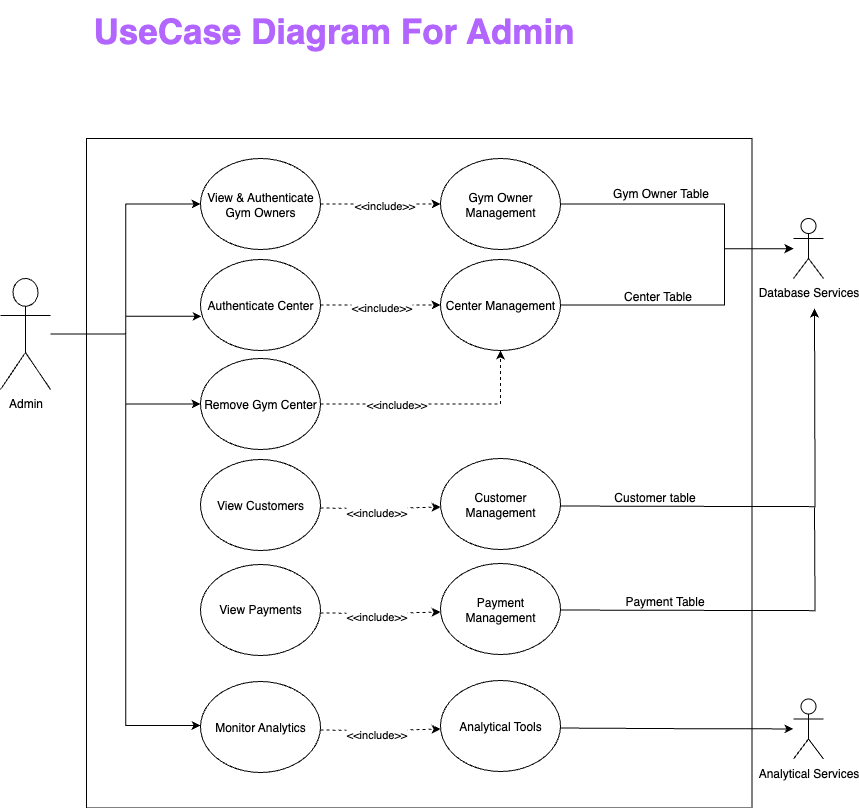
This is UML-Artefacts/UseCaseDiagrams/Flipfit-Admin.png from ishikajha04/JEDI-FLIPFIT-DEVELOPMENT-F, a draw.io export, as it was before one commit. Source tidied: cells renumbered, new cells last; positions are measured from the earlier drawing's top-left corner, leaving out a move shared by most shapes. Its diagram source:
```xml
<mxGraphModel>
  <root>
    <mxCell id="0" />
    <mxCell id="1" parent="0" />
    <mxCell id="2" style="edgeStyle=orthogonalEdgeStyle;rounded=0;jettySize=auto;html=1;entryX=0;entryY=0.5;entryDx=0;entryDy=0;" parent="1" edge="1" source="5" target="8">
      <mxGeometry relative="1" as="geometry" />
    </mxCell>
    <mxCell id="3" style="edgeStyle=orthogonalEdgeStyle;rounded=0;jettySize=auto;html=1;entryX=0;entryY=0.5;entryDx=0;entryDy=0;" parent="1" edge="1" source="5" target="12">
      <mxGeometry relative="1" as="geometry">
        <Array as="points">
          <mxPoint x="125" y="334" />
          <mxPoint x="125" y="404" />
        </Array>
      </mxGeometry>
    </mxCell>
    <mxCell id="4" style="edgeStyle=orthogonalEdgeStyle;rounded=0;jettySize=auto;html=1;entryX=0;entryY=0.5;entryDx=0;entryDy=0;" parent="1" edge="1" source="5" target="15">
      <mxGeometry relative="1" as="geometry">
        <Array as="points">
          <mxPoint x="125" y="334" />
          <mxPoint x="125" y="725" />
        </Array>
      </mxGeometry>
    </mxCell>
    <mxCell id="5" value="Admin" style="shape=umlActor;verticalLabelPosition=bottom;verticalAlign=top;html=1;outlineConnect=0;" parent="1" vertex="1">
      <mxGeometry y="278" width="50" height="111" as="geometry" />
    </mxCell>
    <mxCell id="6" style="edgeStyle=orthogonalEdgeStyle;rounded=0;jettySize=auto;html=1;dashed=1;" parent="1" edge="1" source="8" target="19">
      <mxGeometry relative="1" as="geometry" />
    </mxCell>
    <mxCell id="7" value="&amp;lt;&amp;lt;include&amp;gt;&amp;gt;" style="edgeLabel;html=1;align=center;verticalAlign=middle;" parent="6" vertex="1">
      <mxGeometry x="0.04" relative="1" as="geometry" />
    </mxCell>
    <mxCell id="8" value="View &amp;amp; Authenticate&lt;br&gt;Gym Owners" style="ellipse;whiteSpace=wrap;html=1;" parent="1" vertex="1">
      <mxGeometry x="200" y="158" width="120" height="91" as="geometry" />
    </mxCell>
    <mxCell id="9" value="Authenticate Center" style="ellipse;whiteSpace=wrap;html=1;" parent="1" vertex="1">
      <mxGeometry x="200" y="259" width="120" height="91" as="geometry" />
    </mxCell>
    <mxCell id="10" style="edgeStyle=orthogonalEdgeStyle;rounded=0;jettySize=auto;html=1;dashed=1;" parent="1" edge="1" source="12" target="21">
      <mxGeometry relative="1" as="geometry" />
    </mxCell>
    <mxCell id="11" value="&amp;lt;&amp;lt;include&amp;gt;&amp;gt;" style="edgeLabel;html=1;align=center;verticalAlign=middle;" parent="10" vertex="1">
      <mxGeometry x="-0.36" y="2" relative="1" as="geometry">
        <mxPoint y="1" as="offset" />
      </mxGeometry>
    </mxCell>
    <mxCell id="12" value="Remove Gym Center" style="ellipse;whiteSpace=wrap;html=1;" parent="1" vertex="1">
      <mxGeometry x="200" y="358" width="120" height="91" as="geometry" />
    </mxCell>
    <mxCell id="13" style="edgeStyle=orthogonalEdgeStyle;rounded=0;orthogonalLoop=1;jettySize=auto;html=1;entryX=0;entryY=0.5;entryDx=0;entryDy=0;dashed=1;" parent="1" edge="1">
      <mxGeometry relative="1" as="geometry">
        <mxPoint x="320" y="729.5" as="sourcePoint" />
        <mxPoint x="440" y="728.5" as="targetPoint" />
      </mxGeometry>
    </mxCell>
    <mxCell id="14" value="&amp;lt;&amp;lt;include&amp;gt;&amp;gt;" style="edgeLabel;html=1;align=center;verticalAlign=middle;" parent="13" vertex="1">
      <mxGeometry x="-0.11" y="-1" relative="1" as="geometry">
        <mxPoint y="1" as="offset" />
      </mxGeometry>
    </mxCell>
    <mxCell id="15" value="Monitor Analytics" style="ellipse;whiteSpace=wrap;html=1;" parent="1" vertex="1">
      <mxGeometry x="200" y="681" width="120" height="91" as="geometry" />
    </mxCell>
    <mxCell id="16" style="edgeStyle=orthogonalEdgeStyle;rounded=0;jettySize=auto;html=1;entryX=0.008;entryY=0.625;entryDx=0;entryDy=0;entryPerimeter=0;" parent="1" edge="1" source="5" target="9">
      <mxGeometry relative="1" as="geometry" />
    </mxCell>
    <mxCell id="17" style="rounded=0;whiteSpace=wrap;html=1;shadow=0;fillColor=none;" parent="1" vertex="1">
      <mxGeometry x="86" y="138" width="665.5" height="669.5" as="geometry" />
    </mxCell>
    <mxCell id="18" style="edgeStyle=orthogonalEdgeStyle;rounded=0;jettySize=auto;html=1;" parent="1" edge="1" source="19" target="26">
      <mxGeometry relative="1" as="geometry">
        <Array as="points">
          <mxPoint x="724" y="204" />
          <mxPoint x="724" y="248" />
        </Array>
      </mxGeometry>
    </mxCell>
    <mxCell id="19" value="Gym Owner Management" style="ellipse;whiteSpace=wrap;html=1;" parent="1" vertex="1">
      <mxGeometry x="440" y="158" width="120" height="91" as="geometry" />
    </mxCell>
    <mxCell id="20" style="edgeStyle=orthogonalEdgeStyle;rounded=0;jettySize=auto;html=1;" parent="1" edge="1" source="21" target="26">
      <mxGeometry relative="1" as="geometry">
        <Array as="points">
          <mxPoint x="724" y="305" />
          <mxPoint x="724" y="248" />
        </Array>
      </mxGeometry>
    </mxCell>
    <mxCell id="21" value="Center Management" style="ellipse;whiteSpace=wrap;html=1;" parent="1" vertex="1">
      <mxGeometry x="440" y="259" width="120" height="91" as="geometry" />
    </mxCell>
    <mxCell id="22" style="edgeStyle=orthogonalEdgeStyle;rounded=0;jettySize=auto;html=1;" parent="1" edge="1" target="27">
      <mxGeometry relative="1" as="geometry">
        <mxPoint x="560" y="727.5" as="sourcePoint" />
      </mxGeometry>
    </mxCell>
    <mxCell id="23" value="Analytical Tools" style="ellipse;whiteSpace=wrap;html=1;" parent="1" vertex="1">
      <mxGeometry x="440" y="680" width="120" height="91" as="geometry" />
    </mxCell>
    <mxCell id="24" style="edgeStyle=orthogonalEdgeStyle;rounded=0;orthogonalLoop=1;jettySize=auto;html=1;entryX=0;entryY=0.5;entryDx=0;entryDy=0;dashed=1;" parent="1" edge="1">
      <mxGeometry relative="1" as="geometry">
        <mxPoint x="320" y="304.5" as="sourcePoint" />
        <mxPoint x="440" y="304.5" as="targetPoint" />
      </mxGeometry>
    </mxCell>
    <mxCell id="25" value="&amp;lt;&amp;lt;include&amp;gt;&amp;gt;" style="edgeLabel;html=1;align=center;verticalAlign=middle;" parent="24" vertex="1">
      <mxGeometry relative="1" as="geometry">
        <mxPoint y="1" as="offset" />
      </mxGeometry>
    </mxCell>
    <mxCell id="26" value="Database Services" style="shape=umlActor;verticalLabelPosition=bottom;verticalAlign=top;html=1;outlineConnect=0;" parent="1" vertex="1">
      <mxGeometry x="793" y="218" width="30" height="60" as="geometry" />
    </mxCell>
    <mxCell id="27" value="Analytical Services" style="shape=umlActor;verticalLabelPosition=bottom;verticalAlign=top;html=1;outlineConnect=0;" parent="1" vertex="1">
      <mxGeometry x="793" y="698.5" width="30" height="60" as="geometry" />
    </mxCell>
    <mxCell id="28" value="Gym Owner Table" style="text;html=1;align=center;verticalAlign=middle;strokeColor=none;fillColor=none;" parent="1" vertex="1">
      <mxGeometry x="600" y="178" width="120" height="30" as="geometry" />
    </mxCell>
    <mxCell id="29" value="Center Table" style="text;html=1;align=center;verticalAlign=middle;strokeColor=none;fillColor=none;" parent="1" vertex="1">
      <mxGeometry x="612" y="281" width="90" height="30" as="geometry" />
    </mxCell>
    <mxCell id="30" value="UseCase Diagram For Admin" style="text;html=1;align=center;verticalAlign=middle;strokeColor=none;fillColor=none;fontSize=35;fontStyle=1;fontColor=#B266FF;" parent="1" vertex="1">
      <mxGeometry x="93" width="480" height="60" as="geometry" />
    </mxCell>
    <mxCell id="31" style="edgeStyle=orthogonalEdgeStyle;rounded=0;orthogonalLoop=1;jettySize=auto;html=1;entryX=0;entryY=0.5;entryDx=0;entryDy=0;dashed=1;" parent="1" edge="1">
      <mxGeometry relative="1" as="geometry">
        <mxPoint x="320" y="507.5" as="sourcePoint" />
        <mxPoint x="440" y="506.5" as="targetPoint" />
      </mxGeometry>
    </mxCell>
    <mxCell id="32" value="&amp;lt;&amp;lt;include&amp;gt;&amp;gt;" style="edgeLabel;html=1;align=center;verticalAlign=middle;" parent="31" vertex="1">
      <mxGeometry x="-0.11" y="-1" relative="1" as="geometry">
        <mxPoint y="1" as="offset" />
      </mxGeometry>
    </mxCell>
    <mxCell id="33" value="View Customers" style="ellipse;whiteSpace=wrap;html=1;" parent="1" vertex="1">
      <mxGeometry x="200" y="459" width="120" height="91" as="geometry" />
    </mxCell>
    <mxCell id="34" style="edgeStyle=orthogonalEdgeStyle;rounded=0;orthogonalLoop=1;jettySize=auto;html=1;" parent="1" edge="1">
      <mxGeometry relative="1" as="geometry">
        <mxPoint x="560" y="505.5" as="sourcePoint" />
        <mxPoint x="814" y="308" as="targetPoint" />
      </mxGeometry>
    </mxCell>
    <mxCell id="35" value="Customer Management" style="ellipse;whiteSpace=wrap;html=1;" parent="1" vertex="1">
      <mxGeometry x="440" y="458" width="120" height="91" as="geometry" />
    </mxCell>
    <mxCell id="36" style="edgeStyle=orthogonalEdgeStyle;rounded=0;orthogonalLoop=1;jettySize=auto;html=1;entryX=0;entryY=0.5;entryDx=0;entryDy=0;dashed=1;" parent="1" edge="1">
      <mxGeometry relative="1" as="geometry">
        <mxPoint x="320" y="612.5" as="sourcePoint" />
        <mxPoint x="440" y="611.5" as="targetPoint" />
      </mxGeometry>
    </mxCell>
    <mxCell id="37" value="&amp;lt;&amp;lt;include&amp;gt;&amp;gt;" style="edgeLabel;html=1;align=center;verticalAlign=middle;" parent="36" vertex="1">
      <mxGeometry x="-0.11" y="-1" relative="1" as="geometry">
        <mxPoint y="1" as="offset" />
      </mxGeometry>
    </mxCell>
    <mxCell id="38" value="View Payments" style="ellipse;whiteSpace=wrap;html=1;" parent="1" vertex="1">
      <mxGeometry x="200" y="564" width="120" height="91" as="geometry" />
    </mxCell>
    <mxCell id="39" style="edgeStyle=orthogonalEdgeStyle;rounded=0;orthogonalLoop=1;jettySize=auto;html=1;endArrow=none;endFill=0;" parent="1" edge="1">
      <mxGeometry relative="1" as="geometry">
        <mxPoint x="560" y="609.5" as="sourcePoint" />
        <mxPoint x="814" y="507" as="targetPoint" />
      </mxGeometry>
    </mxCell>
    <mxCell id="40" value="Payment Management" style="ellipse;whiteSpace=wrap;html=1;" parent="1" vertex="1">
      <mxGeometry x="440" y="563" width="120" height="91" as="geometry" />
    </mxCell>
    <mxCell id="41" value="Customer table" style="text;html=1;align=center;verticalAlign=middle;strokeColor=none;fillColor=none;" parent="1" vertex="1">
      <mxGeometry x="604" y="482" width="100" height="30" as="geometry" />
    </mxCell>
    <mxCell id="42" value="Payment Table" style="text;html=1;align=center;verticalAlign=middle;strokeColor=none;fillColor=none;" parent="1" vertex="1">
      <mxGeometry x="614" y="586" width="100" height="30" as="geometry" />
    </mxCell>
  </root>
</mxGraphModel>
```
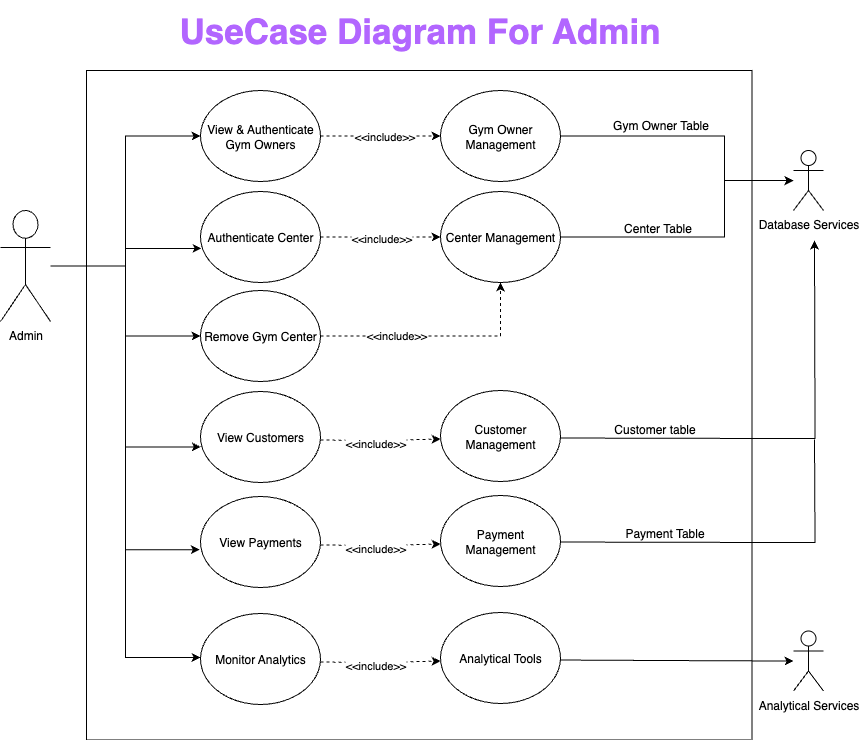
The same file after the commit.

Commit message:
code finishing

Diff of the diagram source:
```diff
@@ -121,7 +121,7 @@
       <mxGeometry x="612" y="281" width="90" height="30" as="geometry" />
     </mxCell>
     <mxCell id="30" value="UseCase Diagram For Admin" style="text;html=1;align=center;verticalAlign=middle;strokeColor=none;fillColor=none;fontSize=35;fontStyle=1;fontColor=#B266FF;" parent="1" vertex="1">
-      <mxGeometry x="93" width="480" height="60" as="geometry" />
+      <mxGeometry x="178.8" y="68" width="480" height="60" as="geometry" />
     </mxCell>
     <mxCell id="31" style="edgeStyle=orthogonalEdgeStyle;rounded=0;orthogonalLoop=1;jettySize=auto;html=1;entryX=0;entryY=0.5;entryDx=0;entryDy=0;dashed=1;" parent="1" edge="1">
       <mxGeometry relative="1" as="geometry">
@@ -175,5 +175,11 @@
     <mxCell id="42" value="Payment Table" style="text;html=1;align=center;verticalAlign=middle;strokeColor=none;fillColor=none;" parent="1" vertex="1">
       <mxGeometry x="614" y="586" width="100" height="30" as="geometry" />
     </mxCell>
+    <mxCell id="43" style="edgeStyle=orthogonalEdgeStyle;rounded=0;jettySize=auto;html=1;entryX=0.002;entryY=0.609;entryDx=0;entryDy=0;entryPerimeter=0;" parent="1" edge="1" source="5" target="33">
+      <mxGeometry relative="1" as="geometry" />
+    </mxCell>
+    <mxCell id="44" style="edgeStyle=orthogonalEdgeStyle;rounded=0;jettySize=auto;html=1;entryX=-0.006;entryY=0.584;entryDx=0;entryDy=0;entryPerimeter=0;" parent="1" edge="1" source="5" target="38">
+      <mxGeometry relative="1" as="geometry" />
+    </mxCell>
   </root>
 </mxGraphModel>
```
